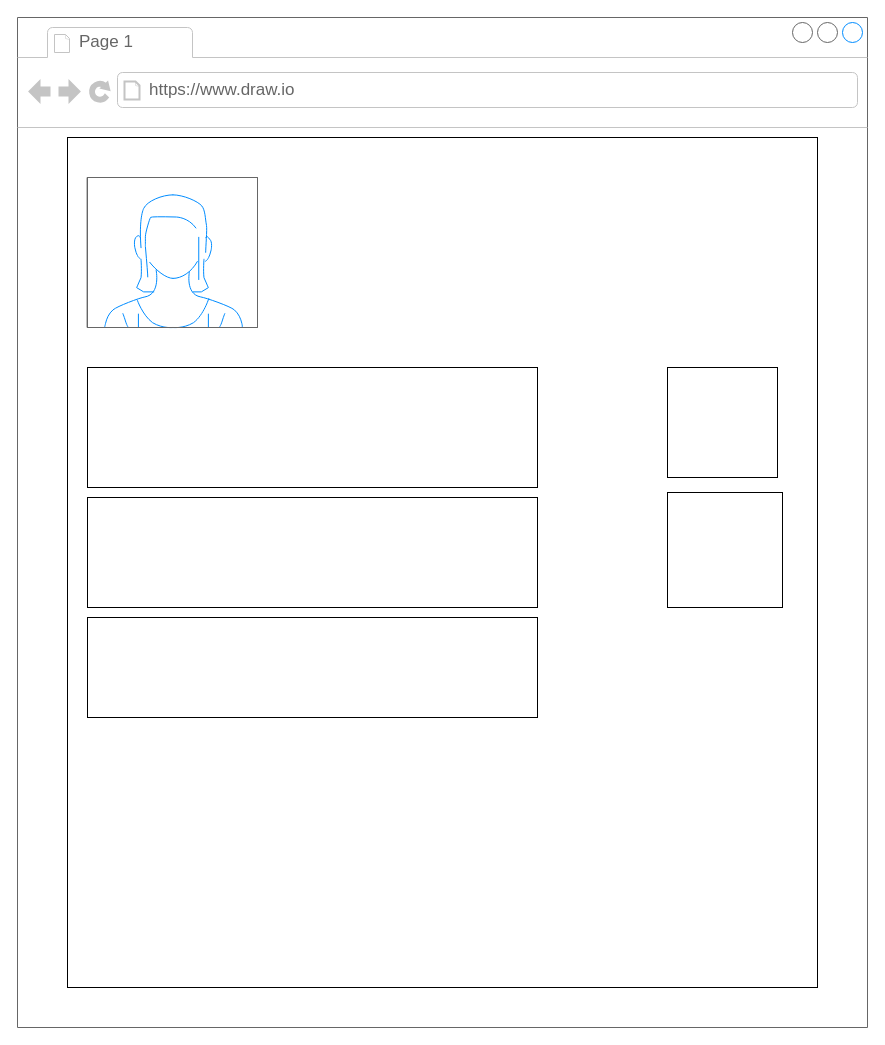
Above: page "Page-2" (2 of 3) of layout.drawio in ASDAH-Digtal/91880-91884-Johnnysins808 (draw.io), before the change. Source tidied: cells renumbered, new cells numbered last; positions are measured from the earlier drawing's top-left corner, leaving out a move shared by most shapes. Both pictures are drawn from the tidied source at 100%, with x=0, y=0 at pixel (17, 17).
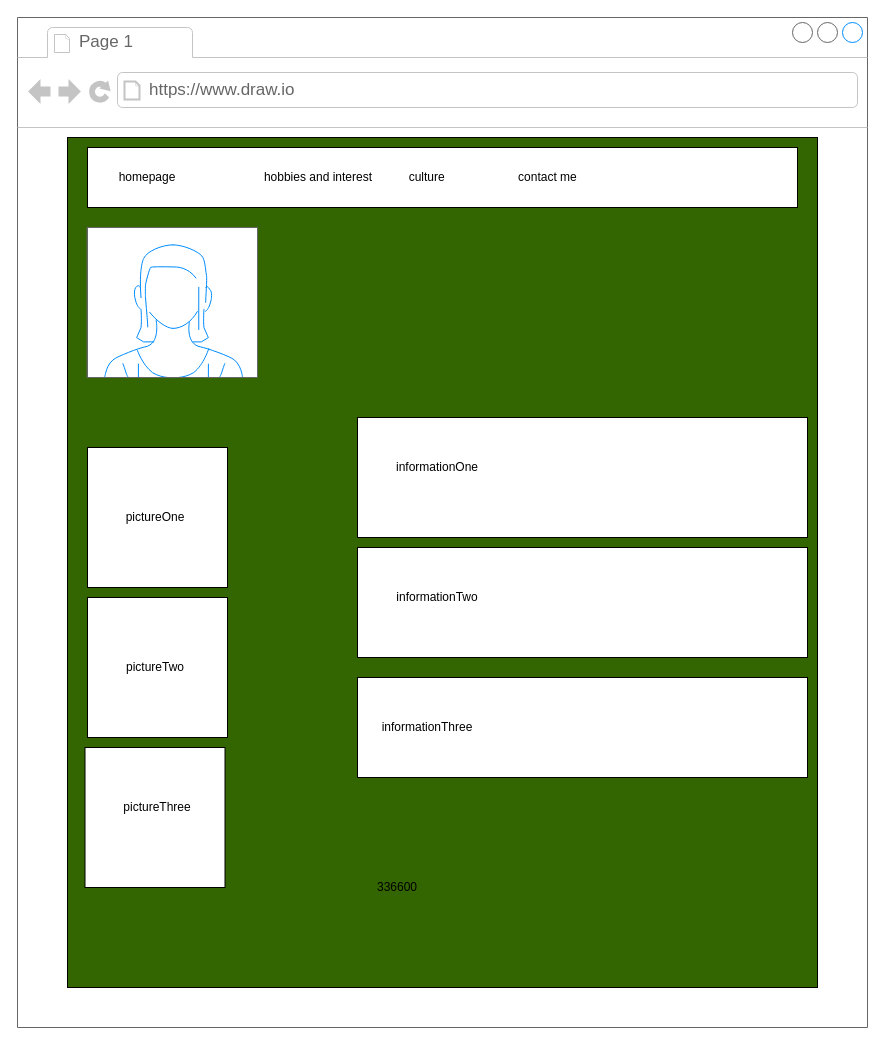
The same diagram, later.

Unchanged cells that the change refers to:
```xml
<mxCell id="2" style="strokeWidth=1;shadow=0;dashed=0;align=center;html=1;shape=mxgraph.mockup.containers.browserWindow;rSize=0;strokeColor=#666666;strokeColor2=#008cff;strokeColor3=#c4c4c4;mainText=,;fillColor=#FFFFFF;" parent="1" vertex="1">
  <mxGeometry width="850" height="1010" as="geometry" />
</mxCell>
```

The edit, as a diff of the source:
```diff
@@
-    <mxCell id="5" style="rounded=0;whiteSpace=wrap;html=1;fillColor=#FFFFFF;" parent="2" vertex="1">
+    <mxCell id="5" style="rounded=0;whiteSpace=wrap;html=1;fillColor=#336600;" parent="2" vertex="1">
       <mxGeometry x="50" y="120" width="750" height="850" as="geometry" />
     </mxCell>
     <mxCell id="6" style="rounded=0;whiteSpace=wrap;html=1;fillColor=#FFFFFF;" parent="2" vertex="1">
-      <mxGeometry x="70" y="350" width="450" height="120" as="geometry" />
+      <mxGeometry x="340" y="400" width="450" height="120" as="geometry" />
     </mxCell>
     <mxCell id="7" style="verticalLabelPosition=bottom;shadow=0;dashed=0;align=center;html=1;verticalAlign=top;strokeWidth=1;shape=mxgraph.mockup.containers.userFemale;strokeColor=#666666;strokeColor2=#008cff;fillColor=#FFFFFF;" parent="2" vertex="1">
-      <mxGeometry x="70" y="160" width="170" height="150" as="geometry" />
+      <mxGeometry x="70" y="210" width="170" height="150" as="geometry" />
     </mxCell>
     <mxCell id="8" style="rounded=0;whiteSpace=wrap;html=1;fillColor=#FFFFFF;" parent="2" vertex="1">
-      <mxGeometry x="70" y="480" width="450" height="110" as="geometry" />
+      <mxGeometry x="340" y="530" width="450" height="110" as="geometry" />
     </mxCell>
     <mxCell id="9" style="rounded=0;whiteSpace=wrap;html=1;fillColor=#FFFFFF;" parent="2" vertex="1">
-      <mxGeometry x="70" y="600" width="450" height="100" as="geometry" />
+      <mxGeometry x="340" y="660" width="450" height="100" as="geometry" />
     </mxCell>
     <mxCell id="10" style="whiteSpace=wrap;html=1;fillColor=#FFFFFF;" parent="2" vertex="1">
-      <mxGeometry x="650" y="350" width="110" height="110" as="geometry" />
+      <mxGeometry x="70" y="580" width="140" height="140" as="geometry" />
     </mxCell>
     <mxCell id="11" style="whiteSpace=wrap;html=1;fillColor=#FFFFFF;gradientColor=#ffffff;" parent="2" vertex="1">
-      <mxGeometry x="650" y="475" width="115" height="115" as="geometry" />
+      <mxGeometry x="70" y="430" width="140" height="140" as="geometry" />
     </mxCell>
+    <mxCell id="12" style="whiteSpace=wrap;html=1;" parent="2" vertex="1">
+      <mxGeometry x="67.5" y="730" width="140" height="140" as="geometry" />
+    </mxCell>
+    <mxCell id="13" style="rounded=0;whiteSpace=wrap;html=1;" parent="2" vertex="1">
+      <mxGeometry x="70" y="130" width="710" height="60" as="geometry" />
+    </mxCell>
+    <mxCell id="14" value="homepage" style="text;html=1;strokeColor=none;fillColor=none;align=center;verticalAlign=middle;whiteSpace=wrap;rounded=0;" parent="2" vertex="1">
+      <mxGeometry x="110" y="150" width="40" height="20" as="geometry" />
+    </mxCell>
+    <mxCell id="15" value="hobbies and interest&amp;nbsp; &amp;nbsp; &amp;nbsp; &amp;nbsp; &amp;nbsp; &amp;nbsp;culture&amp;nbsp; &amp;nbsp; &amp;nbsp; &amp;nbsp; &amp;nbsp; &amp;nbsp; &amp;nbsp; &amp;nbsp; &amp;nbsp; &amp;nbsp; &amp;nbsp; contact me&amp;nbsp;" style="text;html=1;strokeColor=none;fillColor=none;align=center;verticalAlign=middle;whiteSpace=wrap;rounded=0;" parent="2" vertex="1">
+      <mxGeometry x="190" y="150" width="430" height="20" as="geometry" />
+    </mxCell>
+    <mxCell id="16" value="336600" style="text;html=1;strokeColor=none;fillColor=none;align=center;verticalAlign=middle;whiteSpace=wrap;rounded=0;shadow=0;" parent="2" vertex="1">
+      <mxGeometry x="360" y="860" width="40" height="20" as="geometry" />
+    </mxCell>
+    <mxCell id="17" value="pictureOne" style="text;html=1;strokeColor=none;fillColor=none;align=center;verticalAlign=middle;whiteSpace=wrap;rounded=0;shadow=0;" parent="2" vertex="1">
+      <mxGeometry x="97.5" y="490" width="80" height="20" as="geometry" />
+    </mxCell>
+    <mxCell id="18" value="pictureTwo" style="text;html=1;strokeColor=none;fillColor=none;align=center;verticalAlign=middle;whiteSpace=wrap;rounded=0;shadow=0;" parent="2" vertex="1">
+      <mxGeometry x="102.5" y="640" width="70" height="20" as="geometry" />
+    </mxCell>
+    <mxCell id="19" value="informationOne" style="text;html=1;strokeColor=none;fillColor=none;align=center;verticalAlign=middle;whiteSpace=wrap;rounded=0;shadow=0;" parent="2" vertex="1">
+      <mxGeometry x="380" y="440" width="80" height="20" as="geometry" />
+    </mxCell>
+    <mxCell id="20" value="informationThree" style="text;html=1;strokeColor=none;fillColor=none;align=center;verticalAlign=middle;whiteSpace=wrap;rounded=0;shadow=0;" parent="2" vertex="1">
+      <mxGeometry x="370" y="700" width="80" height="20" as="geometry" />
+    </mxCell>
+    <mxCell id="21" value="pictureThree" style="text;html=1;strokeColor=none;fillColor=none;align=center;verticalAlign=middle;whiteSpace=wrap;rounded=0;shadow=0;" parent="2" vertex="1">
+      <mxGeometry x="120" y="780" width="40" height="20" as="geometry" />
+    </mxCell>
+    <mxCell id="22" value="informationTwo" style="text;html=1;strokeColor=none;fillColor=none;align=center;verticalAlign=middle;whiteSpace=wrap;rounded=0;shadow=0;" parent="1" vertex="1">
+      <mxGeometry x="380" y="570" width="80" height="20" as="geometry" />
+    </mxCell>
```
